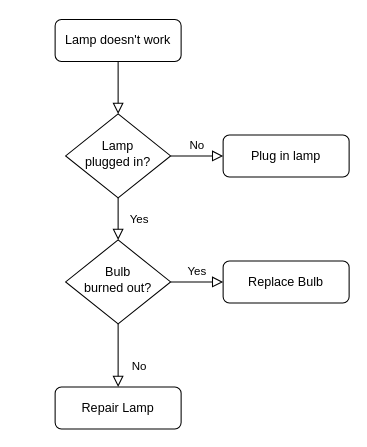
The draw.io diagram beginner/day7/Untitled Diagram.drawio in somepulp/100-days-of-code, before the edit. Source tidied: cells renumbered, new cells numbered last; positions are measured from the earlier drawing's top-left corner, leaving out a move shared by most shapes. Both pictures are drawn from the tidied source at 105%, with x=0, y=0 at pixel (55, 19).
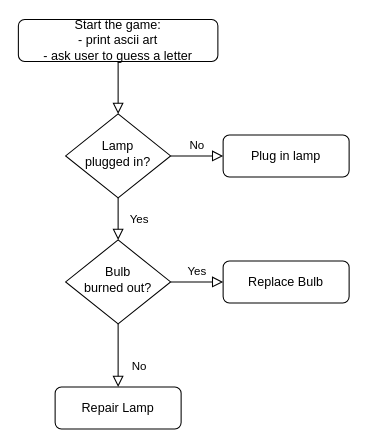
Above is the later version.

Diff of the diagram source:
```diff
@@
 <mxGraphModel>
   <root>
     <mxCell id="0" />
     <mxCell id="1" parent="0" />
     <mxCell id="2" style="rounded=0;html=1;jettySize=auto;fontSize=11;endArrow=block;endFill=0;endSize=8;strokeWidth=1;shadow=0;labelBackgroundColor=none;edgeStyle=orthogonalEdgeStyle;" parent="1" edge="1" source="3" target="6">
       <mxGeometry relative="1" as="geometry" />
     </mxCell>
-    <mxCell id="3" value="Lamp doesn't work" style="rounded=1;whiteSpace=wrap;html=1;fontSize=12;glass=0;strokeWidth=1;shadow=0;" parent="1" vertex="1">
-      <mxGeometry width="120" height="40" as="geometry" />
+    <mxCell id="3" value="Start the game:&lt;br&gt;- print ascii art&lt;br&gt;- ask user to guess a letter" style="rounded=1;whiteSpace=wrap;html=1;fontSize=12;glass=0;strokeWidth=1;shadow=0;" parent="1" vertex="1">
+      <mxGeometry x="-35" width="190" height="40" as="geometry" />
     </mxCell>
     <mxCell id="4" value="Yes" style="rounded=0;html=1;jettySize=auto;fontSize=11;endArrow=block;endFill=0;endSize=8;strokeWidth=1;shadow=0;labelBackgroundColor=none;edgeStyle=orthogonalEdgeStyle;" parent="1" edge="1" source="6" target="10">
       <mxGeometry y="20" relative="1" as="geometry" />
     </mxCell>
     <mxCell id="5" value="No" style="edgeStyle=orthogonalEdgeStyle;rounded=0;html=1;jettySize=auto;fontSize=11;endArrow=block;endFill=0;endSize=8;strokeWidth=1;shadow=0;labelBackgroundColor=none;" parent="1" edge="1" source="6" target="7">
       <mxGeometry y="10" relative="1" as="geometry" />
     </mxCell>
     <mxCell id="6" value="Lamp&lt;br&gt;plugged in?" style="rhombus;whiteSpace=wrap;html=1;shadow=0;fontFamily=Helvetica;fontSize=12;align=center;strokeWidth=1;spacing=6;spacingTop=-4;" parent="1" vertex="1">
       <mxGeometry x="10" y="90" width="100" height="80" as="geometry" />
     </mxCell>
     <mxCell id="7" value="Plug in lamp" style="rounded=1;whiteSpace=wrap;html=1;fontSize=12;glass=0;strokeWidth=1;shadow=0;" parent="1" vertex="1">
       <mxGeometry x="160" y="110" width="120" height="40" as="geometry" />
     </mxCell>
     <mxCell id="8" value="No" style="rounded=0;html=1;jettySize=auto;fontSize=11;endArrow=block;endFill=0;endSize=8;strokeWidth=1;shadow=0;labelBackgroundColor=none;edgeStyle=orthogonalEdgeStyle;" parent="1" edge="1" source="10" target="11">
       <mxGeometry x="0.33" y="20" relative="1" as="geometry" />
     </mxCell>
     <mxCell id="9" value="Yes" style="edgeStyle=orthogonalEdgeStyle;rounded=0;html=1;jettySize=auto;fontSize=11;endArrow=block;endFill=0;endSize=8;strokeWidth=1;shadow=0;labelBackgroundColor=none;" parent="1" edge="1" source="10" target="12">
       <mxGeometry y="10" relative="1" as="geometry" />
     </mxCell>
     <mxCell id="10" value="Bulb&lt;br&gt;burned out?" style="rhombus;whiteSpace=wrap;html=1;shadow=0;fontFamily=Helvetica;fontSize=12;align=center;strokeWidth=1;spacing=6;spacingTop=-4;" parent="1" vertex="1">
       <mxGeometry x="10" y="210" width="100" height="80" as="geometry" />
     </mxCell>
     <mxCell id="11" value="Repair Lamp" style="rounded=1;whiteSpace=wrap;html=1;fontSize=12;glass=0;strokeWidth=1;shadow=0;" parent="1" vertex="1">
       <mxGeometry y="350" width="120" height="40" as="geometry" />
     </mxCell>
     <mxCell id="12" value="Replace Bulb" style="rounded=1;whiteSpace=wrap;html=1;fontSize=12;glass=0;strokeWidth=1;shadow=0;" parent="1" vertex="1">
       <mxGeometry x="160" y="230" width="120" height="40" as="geometry" />
     </mxCell>
   </root>
 </mxGraphModel>
```
